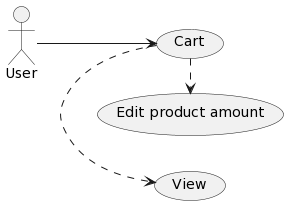
Before: Lab1/Lab1_2/UseCaseDiagram/Cart.png, a diagram exported from PlantUML (PhuocTri0106and1608/SE357-Pratice-class). Source of this version:
```plantuml
@startuml
left to right direction
:User: --> (a)
"Cart" as (a)
(a) .> (View)
(a) .> (Edit product amount)
@enduml
```
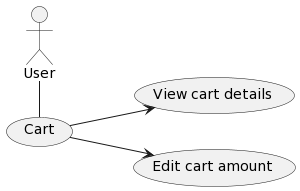
After the commit.

Change to the diagram source:
```diff
@@ -1,7 +1,7 @@
 @startuml
 left to right direction
-:User: --> (a)
-"Cart" as (a)
-(a) .> (View)
-(a) .> (Edit product amount)
+    :User: - (a)
+    "Cart" as (a)
+    (a) --> (View cart details)
+    (a) --> (Edit cart amount)
 @enduml
```
